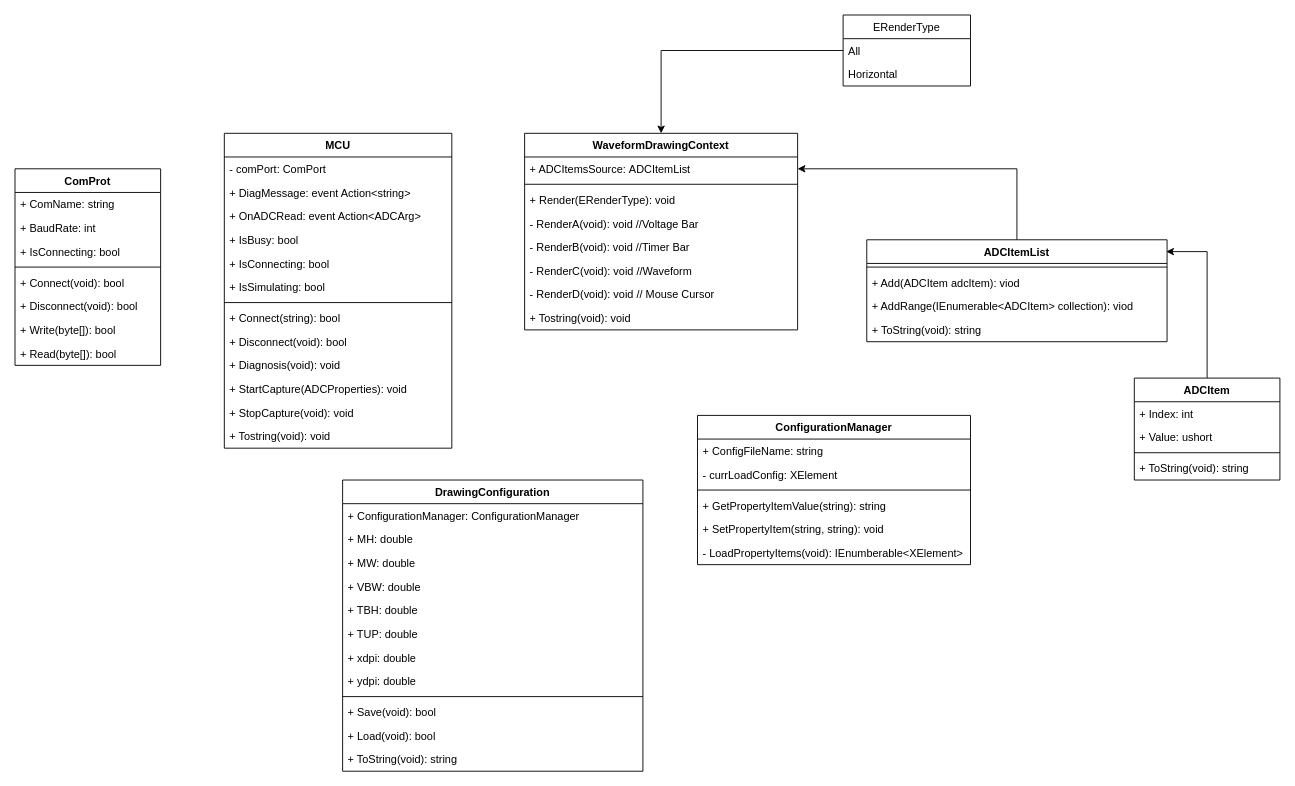
This is page "UML Class Diagram" (5 of 5) of ADC Monitor.drawio from Jasson-Chou/SideProject, a draw.io file, before an edit. Source tidied: cells renumbered, new cells numbered last; positions are measured from the earlier drawing's top-left corner, leaving out a move shared by most shapes. Both pictures are drawn from the tidied source at 91%, with x=0, y=0 at pixel (15, 15).
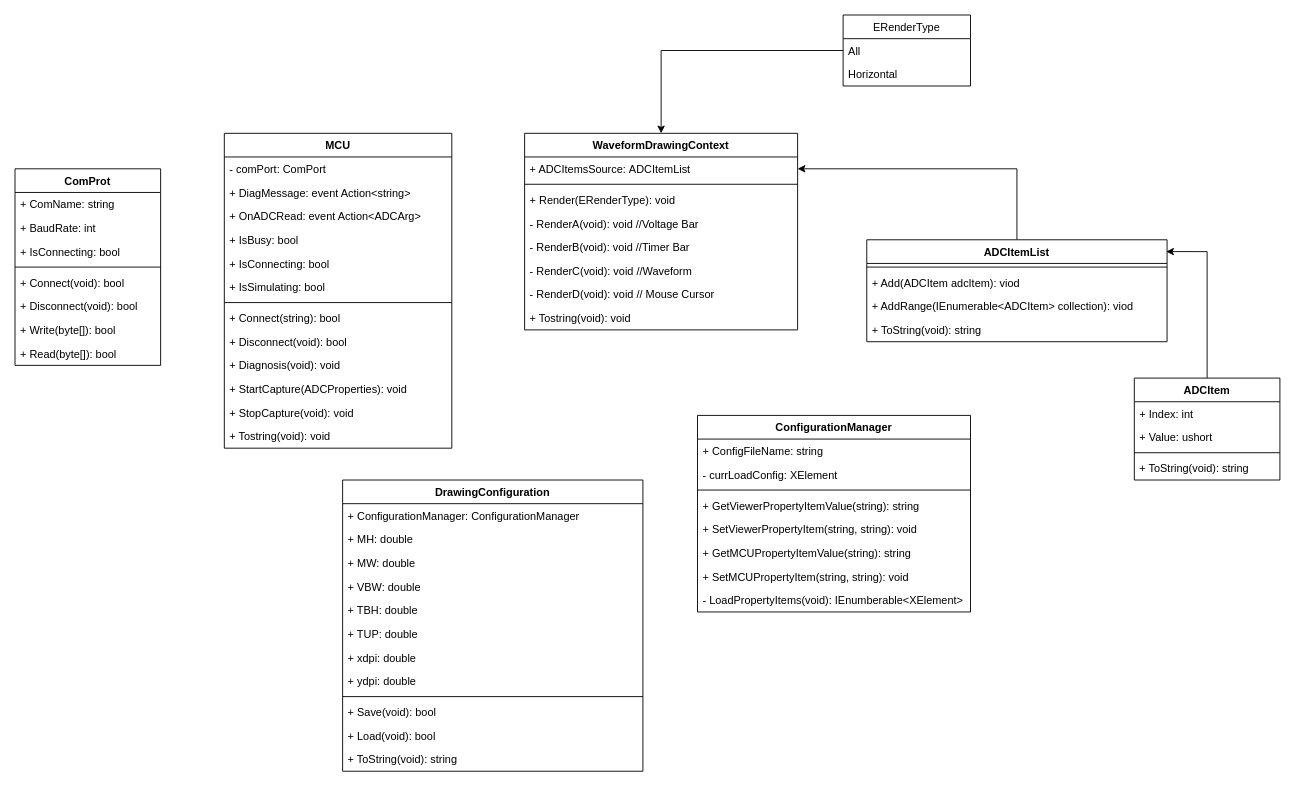
After the change.

Change to the diagram source:
```diff
@@
     <mxCell id="63" value="ConfigurationManager" style="swimlane;fontStyle=1;align=center;verticalAlign=top;horizontal=1;startSize=26;" parent="1" vertex="1">
-      <mxGeometry x="750" y="440" width="300" height="164" as="geometry" />
+      <mxGeometry x="750" y="440" width="300" height="216" as="geometry" />
     </mxCell>
@@
-    <mxCell id="67" value="+ GetPropertyItemValue(string): string" style="text;strokeColor=none;fillColor=none;align=left;verticalAlign=top;spacingLeft=4;spacingRight=4;overflow=hidden;" parent="63" vertex="1">
+    <mxCell id="67" value="+ GetViewerPropertyItemValue(string): string" style="text;strokeColor=none;fillColor=none;align=left;verticalAlign=top;spacingLeft=4;spacingRight=4;overflow=hidden;" parent="63" vertex="1">
       <mxGeometry y="86" width="300" height="26" as="geometry" />
     </mxCell>
-    <mxCell id="68" value="+ SetPropertyItem(string, string): void" style="text;strokeColor=none;fillColor=none;align=left;verticalAlign=top;spacingLeft=4;spacingRight=4;overflow=hidden;" parent="63" vertex="1">
+    <mxCell id="68" value="+ SetViewerPropertyItem(string, string): void" style="text;strokeColor=none;fillColor=none;align=left;verticalAlign=top;spacingLeft=4;spacingRight=4;overflow=hidden;" parent="63" vertex="1">
       <mxGeometry y="112" width="300" height="26" as="geometry" />
     </mxCell>
+    <mxCell id="70" value="+ GetMCUPropertyItemValue(string): string" style="text;strokeColor=none;fillColor=none;align=left;verticalAlign=top;spacingLeft=4;spacingRight=4;overflow=hidden;" parent="63" vertex="1">
+      <mxGeometry y="138" width="300" height="26" as="geometry" />
+    </mxCell>
+    <mxCell id="71" value="+ SetMCUPropertyItem(string, string): void" style="text;strokeColor=none;fillColor=none;align=left;verticalAlign=top;spacingLeft=4;spacingRight=4;overflow=hidden;" parent="63" vertex="1">
+      <mxGeometry y="164" width="300" height="26" as="geometry" />
+    </mxCell>
     <mxCell id="69" value="- LoadPropertyItems(void): IEnumberable&lt;XElement&gt;" style="text;strokeColor=none;fillColor=none;align=left;verticalAlign=top;spacingLeft=4;spacingRight=4;overflow=hidden;" parent="63" vertex="1">
-      <mxGeometry y="138" width="300" height="26" as="geometry" />
+      <mxGeometry y="190" width="300" height="26" as="geometry" />
     </mxCell>
```
